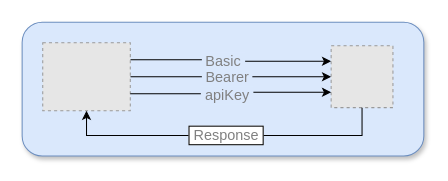
Before: docs/reference/airnode/latest/assets/diagrams/concepts-airnode-auth.drawio in api3dao/vitepress-docs, a draw.io diagram. Source tidied: cells renumbered, new cells numbered last; positions are measured from the earlier drawing's top-left corner, leaving out a move shared by most shapes. Both pictures are drawn from the tidied source at 103%, with x=0, y=0 at pixel (22, 22). Pictures stored in the file or linked from it are replaced by grey dashed boxes.
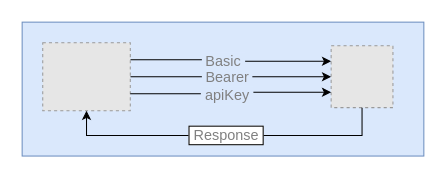
After the change.

The edit, as a diff of the source:
```diff
@@
 <mxGraphModel>
   <root>
     <mxCell id="0" />
     <mxCell id="1" parent="0" />
-    <mxCell id="2" style="rounded=1;whiteSpace=wrap;html=1;fillColor=#dae8fc;strokeColor=#6c8ebf;shadow=1;" parent="1" vertex="1">
+    <mxCell id="2" style="rounded=0;whiteSpace=wrap;html=1;fillColor=#dae8fc;strokeColor=#6c8ebf;shadow=0;" parent="1" vertex="1">
       <mxGeometry width="390" height="130" as="geometry" />
     </mxCell>
     <mxCell id="3" style="edgeStyle=orthogonalEdgeStyle;rounded=0;jettySize=auto;html=1;entryX=0.75;entryY=0;entryDx=0;entryDy=0;exitX=1;exitY=0.25;exitDx=0;exitDy=0;" parent="1" edge="1" source="7" target="8">
       <mxGeometry relative="1" as="geometry" />
     </mxCell>
     <mxCell id="4" value="&lt;font style=&quot;font-size: 14px&quot; color=&quot;#808080&quot;&gt;&amp;nbsp;Basic&amp;nbsp;&lt;/font&gt;" style="edgeLabel;html=1;align=center;verticalAlign=middle;labelBackgroundColor=#DAE8FC;" parent="3" vertex="1">
       <mxGeometry x="-0.07" relative="1" as="geometry">
         <mxPoint x="-2" y="1" as="offset" />
       </mxGeometry>
     </mxCell>
     <mxCell id="5" style="edgeStyle=orthogonalEdgeStyle;rounded=0;jettySize=auto;html=1;entryX=0.5;entryY=0;entryDx=0;entryDy=0;" parent="1" edge="1" source="7" target="8">
       <mxGeometry relative="1" as="geometry" />
     </mxCell>
     <mxCell id="6" value="&lt;font style=&quot;font-size: 14px&quot; color=&quot;#808080&quot;&gt;&amp;nbsp;Bearer&amp;nbsp;&lt;/font&gt;" style="edgeLabel;html=1;align=center;verticalAlign=middle;labelBackgroundColor=#DAE8FC;" parent="5" vertex="1">
       <mxGeometry x="-0.05" relative="1" as="geometry" />
     </mxCell>
     <mxCell id="7" style="fillColor=#E6E6E6;strokeColor=#999999;dashed=1;verticalLabelPosition=bottom;labelBackgroundColor=#ffffff;verticalAlign=top;" parent="1" vertex="1">
       <mxGeometry x="20" y="20" width="85" height="66" as="geometry" />
     </mxCell>
     <mxCell id="8" style="fillColor=#E6E6E6;strokeColor=#999999;dashed=1;verticalLabelPosition=bottom;labelBackgroundColor=#ffffff;verticalAlign=top;rotation=-90;" parent="1" vertex="1">
       <mxGeometry x="300" y="23" width="60" height="60" as="geometry" />
     </mxCell>
     <mxCell id="9" style="endArrow=classic;html=1;rounded=0;edgeStyle=orthogonalEdgeStyle;exitX=1;exitY=0.75;exitDx=0;exitDy=0;entryX=0.25;entryY=0;entryDx=0;entryDy=0;" parent="1" edge="1" source="7" target="8">
       <mxGeometry relative="1" as="geometry" />
     </mxCell>
     <mxCell id="10" value="&lt;font style=&quot;font-size: 14px&quot; color=&quot;#808080&quot;&gt;&amp;nbsp;apiKey&amp;nbsp;&lt;/font&gt;" style="edgeLabel;html=1;align=center;verticalAlign=middle;labelBackgroundColor=#DAE8FC;" parent="9" vertex="1">
       <mxGeometry x="-0.03" relative="1" as="geometry">
         <mxPoint x="-2" y="1" as="offset" />
       </mxGeometry>
     </mxCell>
     <mxCell id="11" value="&lt;font style=&quot;font-size: 14px&quot; color=&quot;#808080&quot;&gt;&amp;nbsp;Response&amp;nbsp;&lt;/font&gt;" style="endArrow=classic;html=1;rounded=0;edgeStyle=orthogonalEdgeStyle;exitX=0;exitY=0.5;exitDx=0;exitDy=0;entryX=0.5;entryY=1;entryDx=0;entryDy=0;labelBorderColor=default;" parent="1" edge="1" source="8" target="7">
       <mxGeometry relative="1" as="geometry">
         <Array as="points">
           <mxPoint x="330" y="110" />
           <mxPoint x="63" y="110" />
         </Array>
       </mxGeometry>
     </mxCell>
   </root>
 </mxGraphModel>
```
